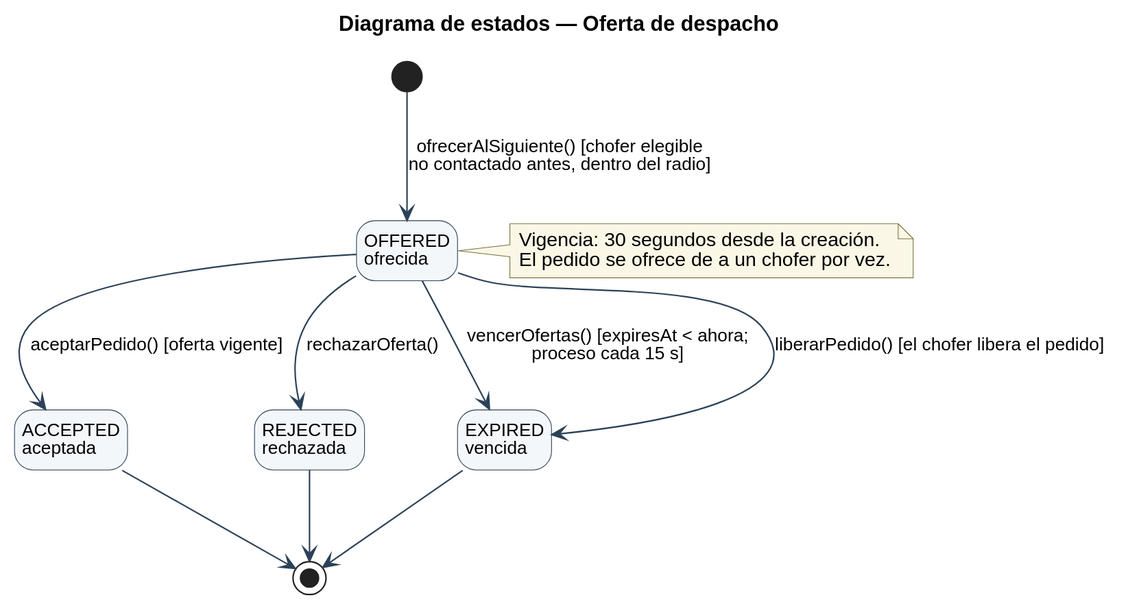
Above: diagramas/uml/UML_Estados_OfertaDespacho.svg in Nahuelito-Dev/splg-docs (PlantUML), before the change.
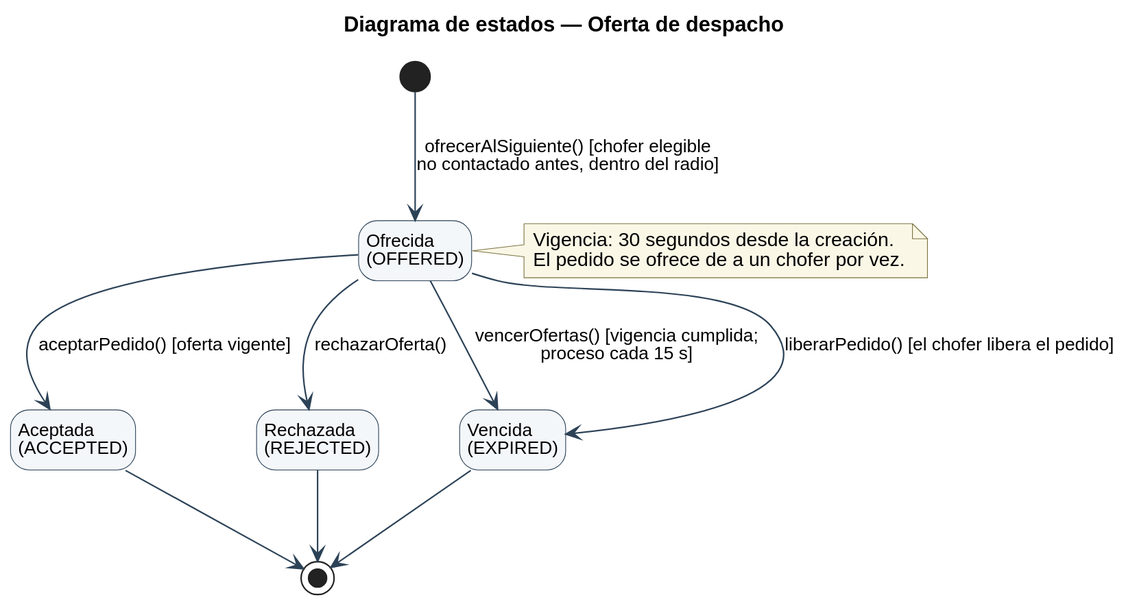
The same file after the commit.

The edit, as a diff of the source:
```diff
@@ -17,15 +17,15 @@
 skinparam NoteBackgroundColor #FBF7E6
 skinparam NoteBorderColor #7A7340
 hide empty description
-state "OFFERED\nofrecida" as OFFERED
-state "ACCEPTED\naceptada" as ACCEPTED
-state "REJECTED\nrechazada" as REJECTED
-state "EXPIRED\nvencida" as EXPIRED
+state "Ofrecida\n(OFFERED)" as OFFERED
+state "Aceptada\n(ACCEPTED)" as ACCEPTED
+state "Rechazada\n(REJECTED)" as REJECTED
+state "Vencida\n(EXPIRED)" as EXPIRED
 
 [*] --> OFFERED : ofrecerAlSiguiente() [chofer elegible\nno contactado antes, dentro del radio]
 OFFERED --> ACCEPTED : aceptarPedido() [oferta vigente]
 OFFERED --> REJECTED : rechazarOferta()
-OFFERED --> EXPIRED : vencerOfertas() [expiresAt < ahora;\nproceso cada 15 s]
+OFFERED --> EXPIRED : vencerOfertas() [vigencia cumplida;\nproceso cada 15 s]
 OFFERED --> EXPIRED : liberarPedido() [el chofer libera el pedido]
 ACCEPTED --> [*]
 REJECTED --> [*]
```
